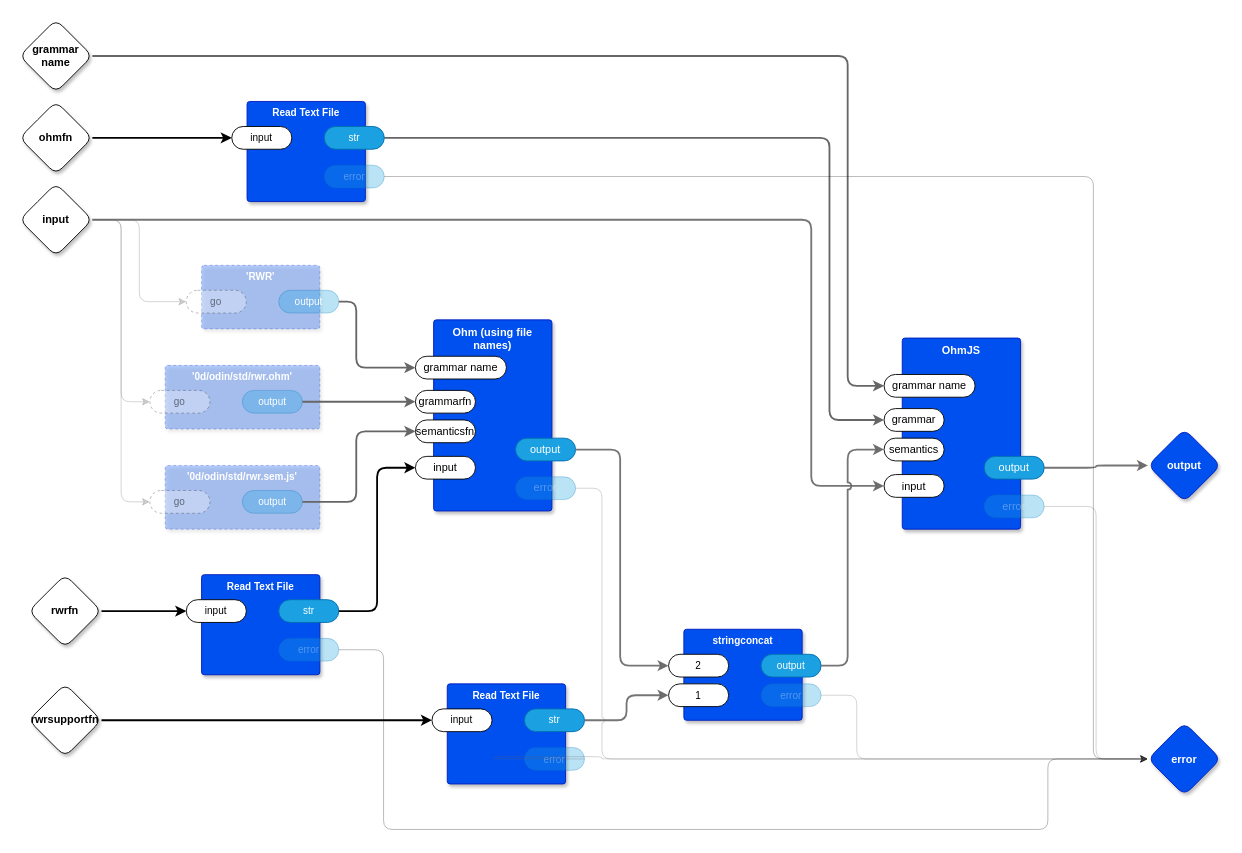
Earlier version of the draw.io diagram page "Translate" (2 of 7) of src/demo_abcjs.drawio (guitarvydas/0dproto). Source tidied: cells renumbered, new cells numbered last; positions are measured from the earlier drawing's top-left corner, leaving out a move shared by most shapes. Both pictures are drawn from the tidied source at 91%, with x=0, y=0 at pixel (19, 19).
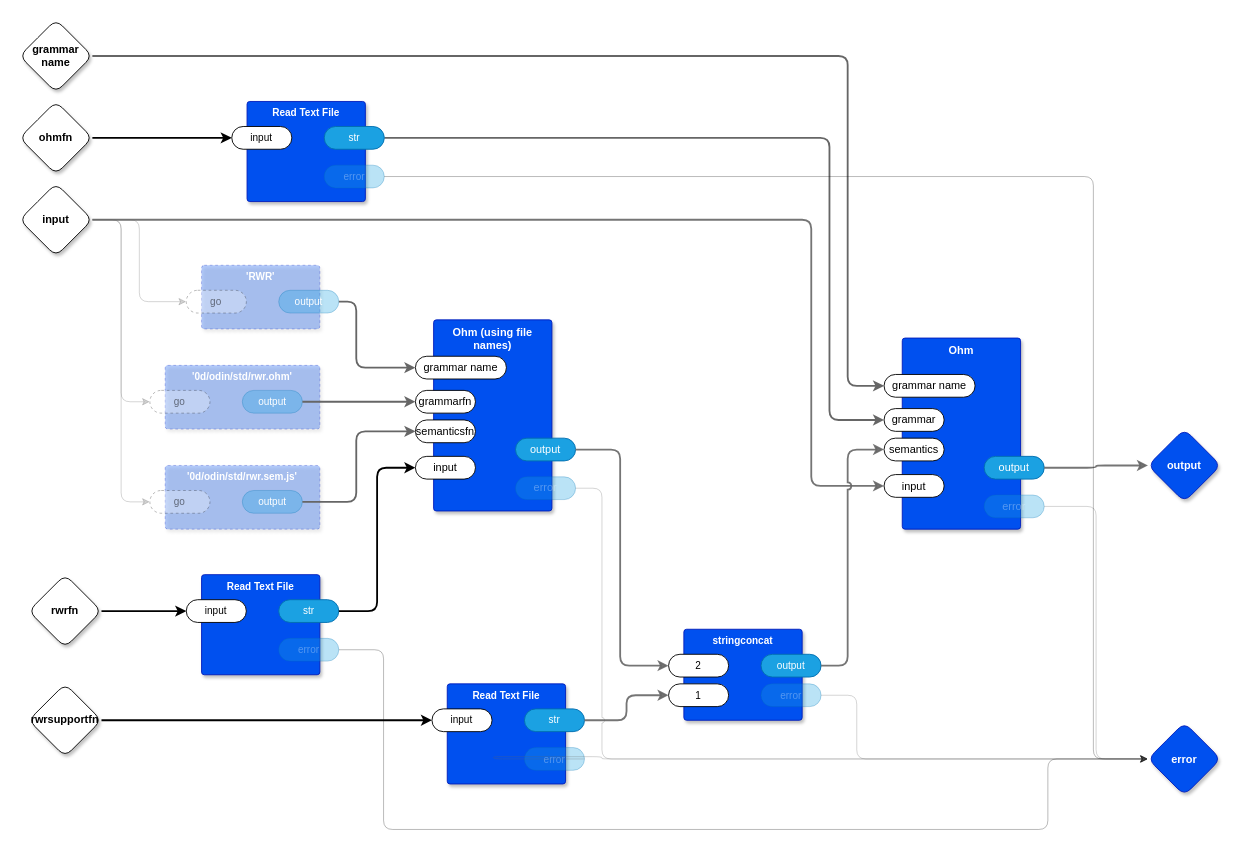
The same page after the edit.

The edit, as a diff of the source:
```diff
@@
-    <mxCell id="28" value="OhmJS" style="rounded=1;whiteSpace=wrap;html=1;sketch=0;verticalAlign=top;arcSize=6;fontStyle=1;absoluteArcSize=1;shadow=1;strokeColor=#001DBC;fillColor=#0050ef;fontColor=#ffffff;" parent="1" vertex="1">
+    <mxCell id="28" value="Ohm" style="rounded=1;whiteSpace=wrap;html=1;sketch=0;verticalAlign=top;arcSize=6;fontStyle=1;absoluteArcSize=1;shadow=1;strokeColor=#001DBC;fillColor=#0050ef;fontColor=#ffffff;" parent="1" vertex="1">
       <mxGeometry x="970" y="350" width="130" height="210" as="geometry" />
     </mxCell>
```
